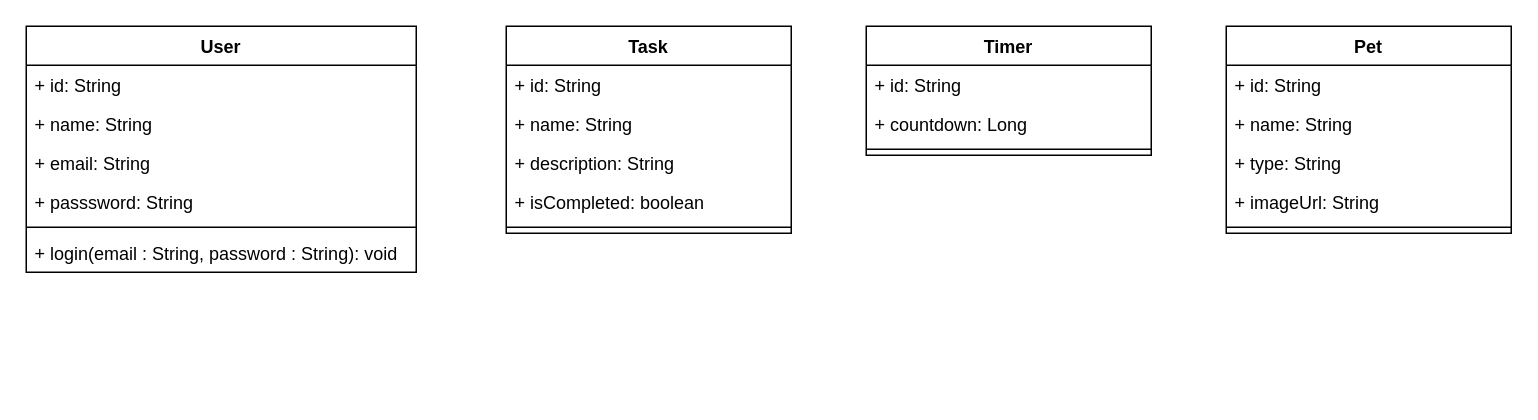
Above: page "Page-1" (1 of 2) of Momo Class Diagram.drawio in m-rizqi/momo (draw.io), before the change. Source tidied: cells renumbered, new cells numbered last; positions are measured from the earlier drawing's top-left corner, leaving out a move shared by most shapes. Both pictures are drawn from the tidied source at 150%, with x=0, y=0 at pixel (26, 26).
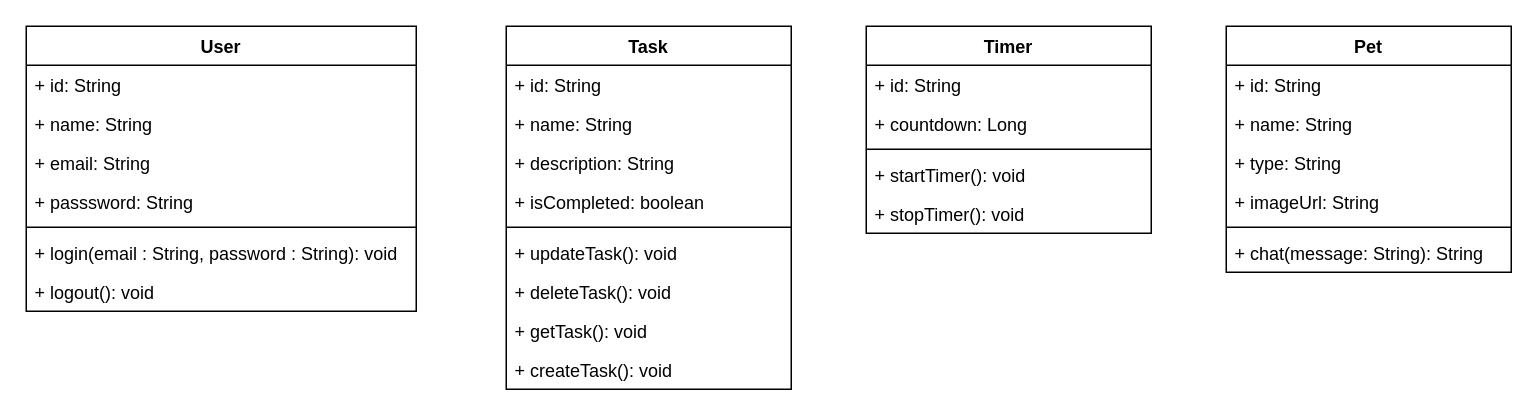
The same page after the edit.

Commit message:
add class diagram

Change to the diagram source:
```diff
@@
     <mxCell id="2" value="User" style="swimlane;fontStyle=1;align=center;verticalAlign=top;horizontal=1;startSize=26;whiteSpace=wrap;html=1;" parent="1" vertex="1">
-      <mxGeometry width="260" height="164" as="geometry" />
+      <mxGeometry width="260" height="190" as="geometry" />
     </mxCell>
@@
+    <mxCell id="25" value="+ logout(): void" style="text;strokeColor=none;fillColor=none;align=left;verticalAlign=top;spacingLeft=4;spacingRight=4;overflow=hidden;whiteSpace=wrap;html=1;" parent="2" vertex="1">
+      <mxGeometry y="164" width="260" height="26" as="geometry" />
+    </mxCell>
     <mxCell id="9" value="Task" style="swimlane;fontStyle=1;align=center;verticalAlign=top;horizontal=1;startSize=26;whiteSpace=wrap;html=1;" parent="1" vertex="1">
-      <mxGeometry x="320" width="190" height="138" as="geometry" />
+      <mxGeometry x="320" width="190" height="242" as="geometry" />
     </mxCell>
@@
+    <mxCell id="26" value="+ updateTask(): void" style="text;strokeColor=none;fillColor=none;align=left;verticalAlign=top;spacingLeft=4;spacingRight=4;overflow=hidden;whiteSpace=wrap;html=1;" parent="9" vertex="1">
+      <mxGeometry y="138" width="190" height="26" as="geometry" />
+    </mxCell>
+    <mxCell id="27" value="+ deleteTask(): void" style="text;strokeColor=none;fillColor=none;align=left;verticalAlign=top;spacingLeft=4;spacingRight=4;overflow=hidden;whiteSpace=wrap;html=1;" parent="9" vertex="1">
+      <mxGeometry y="164" width="190" height="26" as="geometry" />
+    </mxCell>
+    <mxCell id="28" value="+ getTask(): void" style="text;strokeColor=none;fillColor=none;align=left;verticalAlign=top;spacingLeft=4;spacingRight=4;overflow=hidden;whiteSpace=wrap;html=1;" parent="9" vertex="1">
+      <mxGeometry y="190" width="190" height="26" as="geometry" />
+    </mxCell>
+    <mxCell id="29" value="+ createTask(): void" style="text;strokeColor=none;fillColor=none;align=left;verticalAlign=top;spacingLeft=4;spacingRight=4;overflow=hidden;whiteSpace=wrap;html=1;" parent="9" vertex="1">
+      <mxGeometry y="216" width="190" height="26" as="geometry" />
+    </mxCell>
     <mxCell id="15" value="Timer" style="swimlane;fontStyle=1;align=center;verticalAlign=top;horizontal=1;startSize=26;whiteSpace=wrap;html=1;" parent="1" vertex="1">
-      <mxGeometry x="560" width="190" height="86" as="geometry" />
+      <mxGeometry x="560" width="190" height="138" as="geometry" />
     </mxCell>
@@
+    <mxCell id="30" value="+ startTimer(): void" style="text;strokeColor=none;fillColor=none;align=left;verticalAlign=top;spacingLeft=4;spacingRight=4;overflow=hidden;whiteSpace=wrap;html=1;" parent="15" vertex="1">
+      <mxGeometry y="86" width="190" height="26" as="geometry" />
+    </mxCell>
+    <mxCell id="31" value="+ stopTimer(): void" style="text;strokeColor=none;fillColor=none;align=left;verticalAlign=top;spacingLeft=4;spacingRight=4;overflow=hidden;whiteSpace=wrap;html=1;" parent="15" vertex="1">
+      <mxGeometry y="112" width="190" height="26" as="geometry" />
+    </mxCell>
     <mxCell id="19" value="Pet" style="swimlane;fontStyle=1;align=center;verticalAlign=top;horizontal=1;startSize=26;whiteSpace=wrap;html=1;" parent="1" vertex="1">
-      <mxGeometry x="800" width="190" height="138" as="geometry" />
+      <mxGeometry x="800" width="190" height="164" as="geometry" />
     </mxCell>
@@
+    <mxCell id="32" value="+ chat(message: String): String" style="text;strokeColor=none;fillColor=none;align=left;verticalAlign=top;spacingLeft=4;spacingRight=4;overflow=hidden;whiteSpace=wrap;html=1;" parent="19" vertex="1">
+      <mxGeometry y="138" width="190" height="26" as="geometry" />
+    </mxCell>
```
